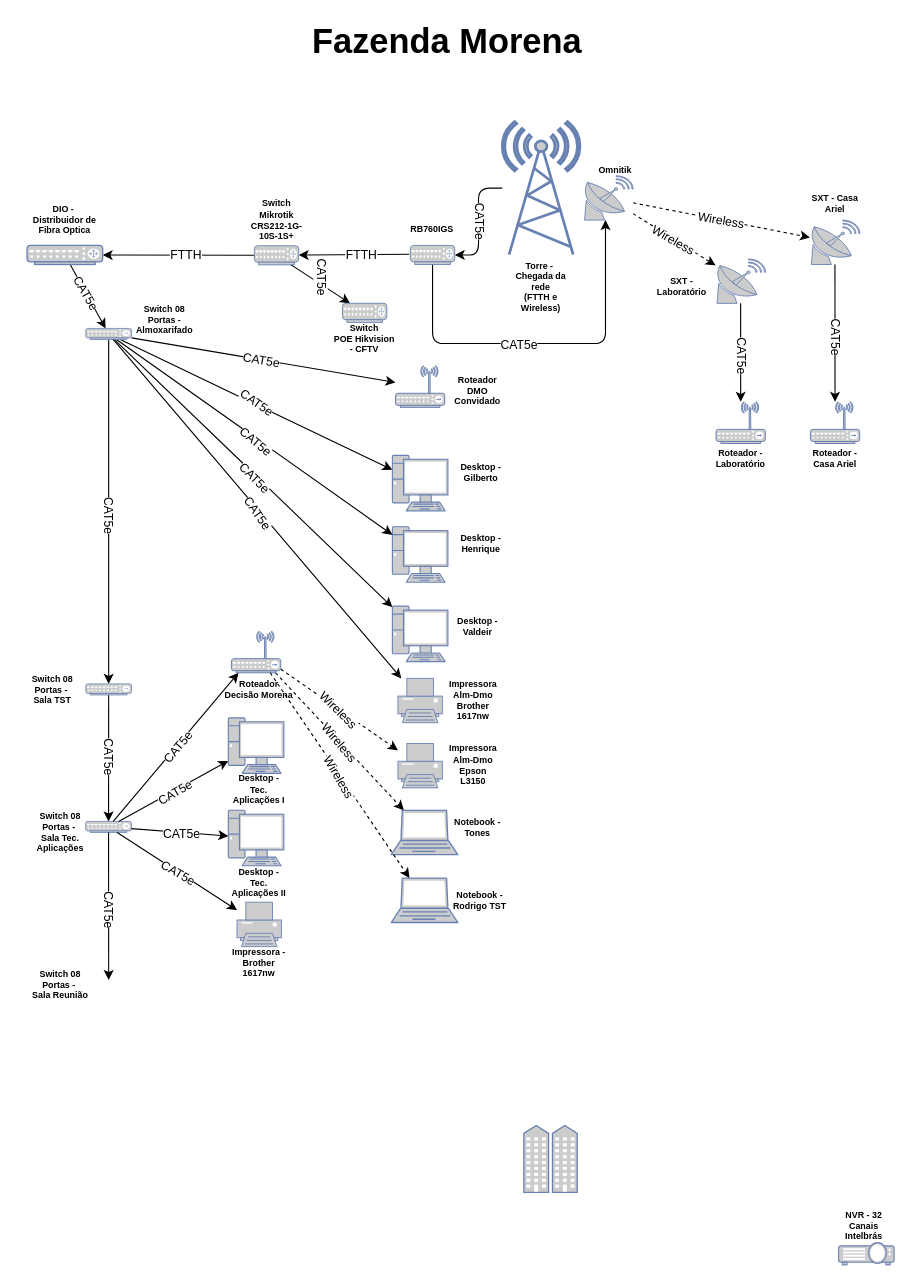
This is Diagrama Rede Morena.drawio from AlbertoPontes/Fluxogramas, a draw.io file, before an edit. Source tidied: cells renumbered, new cells numbered last; positions are measured from the earlier drawing's top-left corner, leaving out a move shared by most shapes. Both pictures are drawn from the tidied source at 111%, with x=0, y=0 at pixel (19, 19).
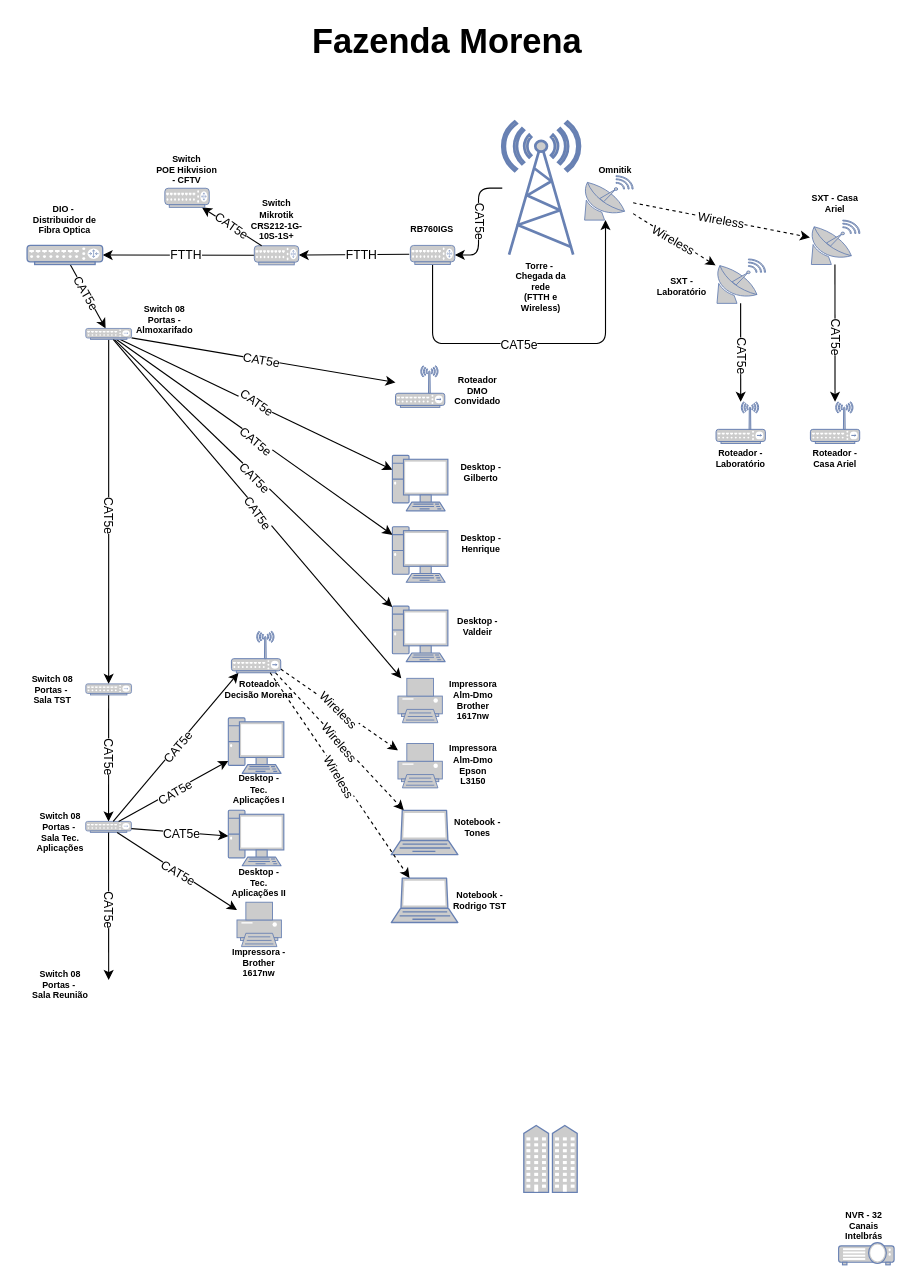
Above is the later version.

Unchanged cells that the change refers to:
```xml
<mxCell id="63" style="endArrow=classic;html=1;rounded=1;" parent="1" edge="1" source="61" target="65">
  <mxGeometry relative="1" as="geometry" />
</mxCell>
```

The edit, as a diff of the source:
```diff
@@
-    <mxCell id="64" value="CAT5e" style="edgeLabel;html=1;align=center;verticalAlign=middle;rotation=90;rounded=1;" parent="63" vertex="1">
+    <mxCell id="64" value="CAT5e" style="edgeLabel;html=1;align=center;verticalAlign=middle;rotation=35;rounded=1;" parent="63" vertex="1">
       <mxGeometry relative="1" as="geometry">
-        <mxPoint x="1" y="-7" as="offset" />
+        <mxPoint y="-1" as="offset" />
       </mxGeometry>
     </mxCell>
     <mxCell id="65" style="fontColor=#0066CC;verticalAlign=top;verticalLabelPosition=bottom;labelPosition=center;align=center;html=1;outlineConnect=0;fillColor=#CCCCCC;strokeColor=#6881B3;gradientColor=none;gradientDirection=north;strokeWidth=2;shape=mxgraph.networks.router;rounded=1;" parent="1" vertex="1">
-      <mxGeometry x="291" y="255.7" width="40" height="17.2" as="geometry" />
+      <mxGeometry x="131" y="152.1" width="40" height="17.2" as="geometry" />
     </mxCell>
     <mxCell id="66" value="Switch&lt;br&gt;POE Hikvision - CFTV" style="text;html=1;strokeColor=none;fillColor=none;align=center;verticalAlign=middle;whiteSpace=wrap;rounded=1;fontSize=8;fontStyle=1;" parent="1" vertex="1">
-      <mxGeometry x="281" y="272.9" width="60" height="30" as="geometry" />
+      <mxGeometry x="121" y="120.8" width="60" height="30" as="geometry" />
     </mxCell>
```
